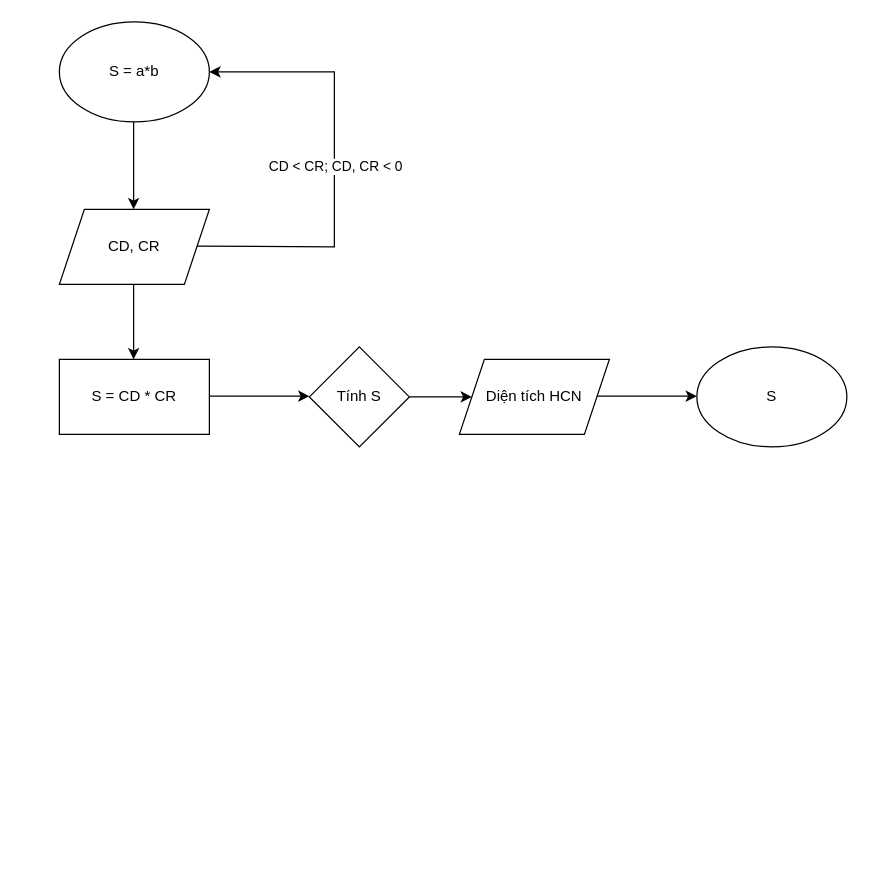
Above: page "Page-2" (2 of 2) of update.drawio in dunkeyyfong/info (draw.io), before the change. Source tidied: cells renumbered, new cells numbered last; positions are measured from the earlier drawing's top-left corner, leaving out a move shared by most shapes. Both pictures are drawn from the tidied source at 125%, with x=0, y=0 at pixel (59, 21).
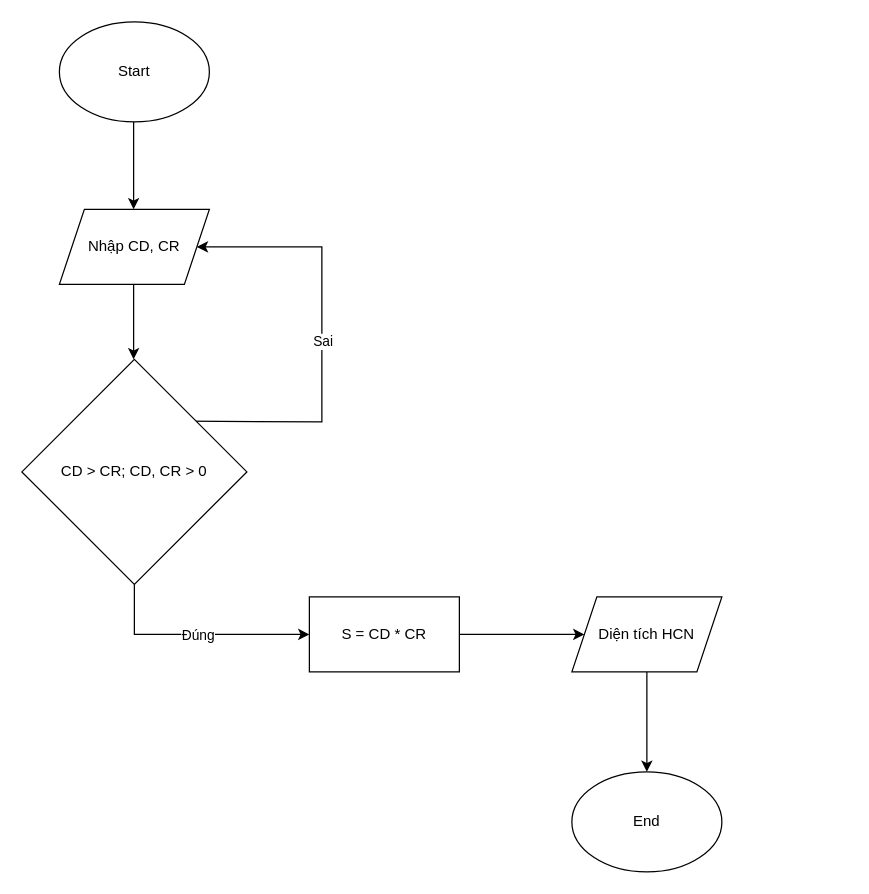
After the change.

What changed in the source:
```diff
@@
-    <mxCell id="2" value="S = a*b" style="ellipse;whiteSpace=wrap;html=1;" parent="1" vertex="1">
-      <mxGeometry width="120" height="80" as="geometry" />
-    </mxCell>
@@
-    <mxCell id="4" value="CD, CR" style="shape=parallelogram;perimeter=parallelogramPerimeter;whiteSpace=wrap;html=1;fixedSize=1;" parent="1" vertex="1">
+    <mxCell id="4" value="Nhập CD, CR" style="shape=parallelogram;perimeter=parallelogramPerimeter;whiteSpace=wrap;html=1;fixedSize=1;" parent="1" vertex="1">
       <mxGeometry y="150" width="120" height="60" as="geometry" />
     </mxCell>
@@
+    <mxCell id="16" style="edgeStyle=orthogonalEdgeStyle;rounded=0;jettySize=auto;html=1;" parent="1" edge="1" source="6" target="11">
+      <mxGeometry relative="1" as="geometry" />
+    </mxCell>
     <mxCell id="6" value="S = CD * CR" style="rounded=0;whiteSpace=wrap;html=1;" parent="1" vertex="1">
-      <mxGeometry y="270" width="120" height="60" as="geometry" />
+      <mxGeometry x="200" y="460" width="120" height="60" as="geometry" />
     </mxCell>
-    <mxCell id="7" style="endArrow=classic;html=1;rounded=0;" parent="1" edge="1">
-      <mxGeometry relative="1" as="geometry">
-        <mxPoint x="120" y="299.4" as="sourcePoint" />
-        <mxPoint x="200" y="299.4" as="targetPoint" />
-      </mxGeometry>
-    </mxCell>
-    <mxCell id="8" style="endArrow=classic;html=1;rounded=0;entryX=1;entryY=0.5;entryDx=0;entryDy=0;" parent="1" edge="1" target="2">
+    <mxCell id="8" style="endArrow=classic;html=1;rounded=0;entryX=1;entryY=0.5;entryDx=0;entryDy=0;" parent="1" edge="1">
       <mxGeometry relative="1" as="geometry">
-        <mxPoint x="110" y="179.4" as="sourcePoint" />
+        <mxPoint x="100" y="319.4" as="sourcePoint" />
+        <mxPoint x="110" y="180" as="targetPoint" />
         <Array as="points">
-          <mxPoint x="220" y="180" />
-          <mxPoint x="220" y="40" />
+          <mxPoint x="210" y="320" />
+          <mxPoint x="210" y="180" />
         </Array>
       </mxGeometry>
     </mxCell>
-    <mxCell id="9" value="CD &amp;lt; CR; CD, CR &amp;lt; 0" style="edgeLabel;html=1;align=center;verticalAlign=middle;" parent="8" vertex="1">
+    <mxCell id="9" value="Sai" style="edgeLabel;html=1;align=center;verticalAlign=middle;" parent="8" vertex="1">
       <mxGeometry relative="1" as="geometry" />
     </mxCell>
@@
+    <mxCell id="17" style="edgeStyle=orthogonalEdgeStyle;rounded=0;jettySize=auto;html=1;" parent="1" edge="1" source="11" target="13">
+      <mxGeometry relative="1" as="geometry" />
+    </mxCell>
     <mxCell id="11" value="Diện tích HCN" style="shape=parallelogram;perimeter=parallelogramPerimeter;whiteSpace=wrap;html=1;fixedSize=1;" parent="1" vertex="1">
-      <mxGeometry x="320" y="270" width="120" height="60" as="geometry" />
+      <mxGeometry x="410" y="460" width="120" height="60" as="geometry" />
     </mxCell>
-    <mxCell id="12" style="endArrow=classic;html=1;rounded=0;" parent="1" edge="1">
-      <mxGeometry relative="1" as="geometry">
-        <mxPoint x="430" y="299.4" as="sourcePoint" />
-        <mxPoint x="510" y="299.4" as="targetPoint" />
-      </mxGeometry>
-    </mxCell>
-    <mxCell id="13" value="S" style="ellipse;whiteSpace=wrap;html=1;" parent="1" vertex="1">
-      <mxGeometry x="510" y="260" width="120" height="80" as="geometry" />
+    <mxCell id="13" value="End" style="ellipse;whiteSpace=wrap;html=1;" parent="1" vertex="1">
+      <mxGeometry x="410" y="600" width="120" height="80" as="geometry" />
     </mxCell>
-    <mxCell id="14" style="edgeStyle=orthogonalEdgeStyle;rounded=0;jettySize=auto;html=1;" parent="1" edge="1" source="15" target="11">
-      <mxGeometry relative="1" as="geometry" />
-    </mxCell>
-    <mxCell id="15" value="Tính S" style="rhombus;whiteSpace=wrap;html=1;" parent="1" vertex="1">
-      <mxGeometry x="200" y="260" width="80" height="80" as="geometry" />
+    <mxCell id="15" value="CD &amp;gt; CR; CD, CR &amp;gt; 0" style="rhombus;whiteSpace=wrap;html=1;" parent="1" vertex="1">
+      <mxGeometry x="-30" y="270" width="180" height="180" as="geometry" />
     </mxCell>
+    <mxCell id="18" value="Start" style="ellipse;whiteSpace=wrap;html=1;" parent="1" vertex="1">
+      <mxGeometry width="120" height="80" as="geometry" />
+    </mxCell>
+    <mxCell id="19" style="endArrow=classic;html=1;rounded=0;entryX=0;entryY=0.5;entryDx=0;entryDy=0;" parent="1" edge="1" target="6">
+      <mxGeometry relative="1" as="geometry">
+        <mxPoint x="60" y="450" as="sourcePoint" />
+        <Array as="points">
+          <mxPoint x="60" y="490" />
+        </Array>
+      </mxGeometry>
+    </mxCell>
+    <mxCell id="20" value="Đúng" style="edgeLabel;html=1;align=center;verticalAlign=middle;" parent="19" vertex="1">
+      <mxGeometry relative="1" as="geometry" />
+    </mxCell>
```
